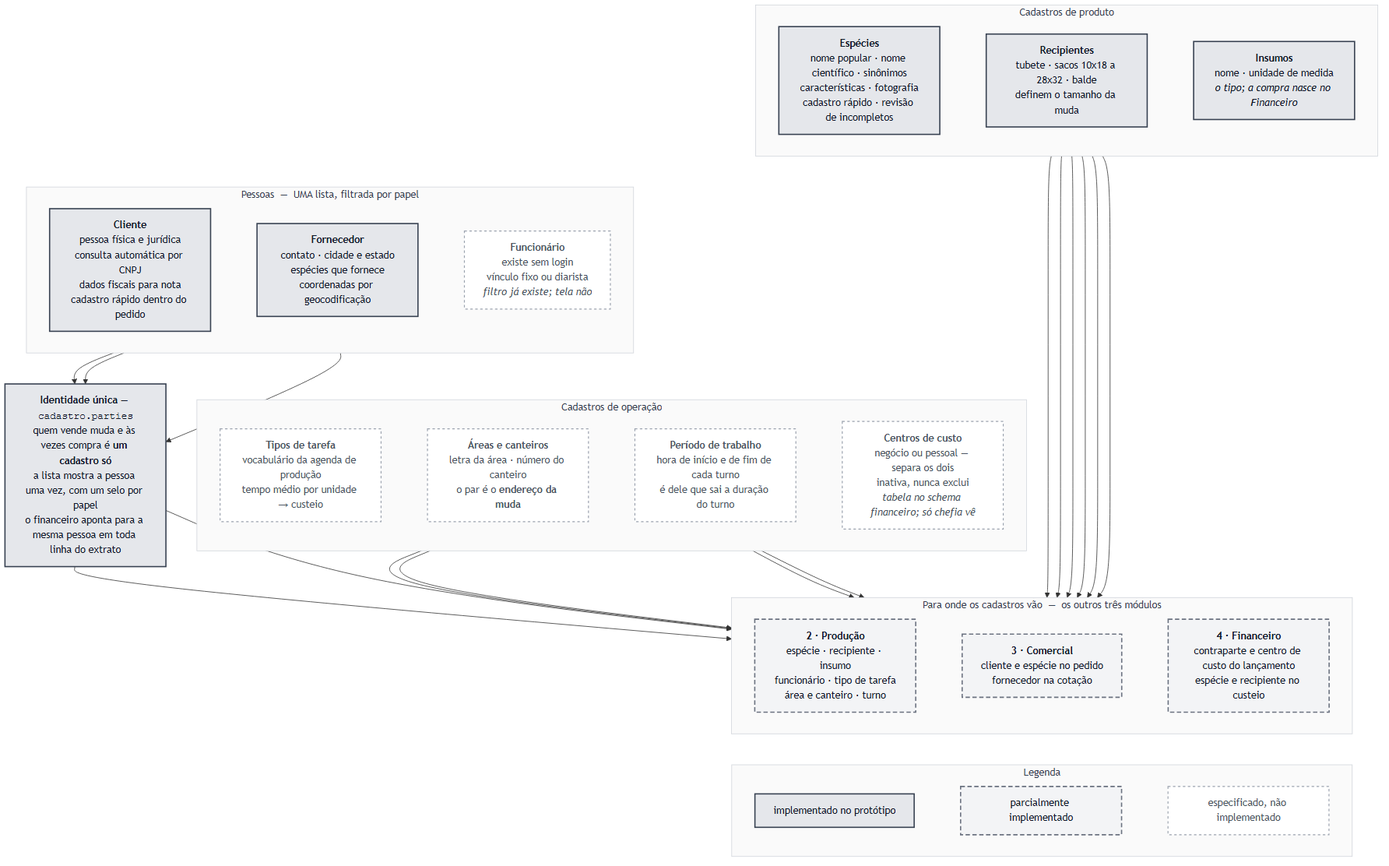
Above: docs/rotinas/img/mapa-1-cadastros.png in JoaoMudar/tcc (Mermaid), before the change. Its source is kept beside it as docs/rotinas/img/mapa-1-cadastros.mmd. Its diagram source:
```mermaid
flowchart TB
  subgraph PRODU["Cadastros de produto"]
    direction LR
    ESP["<b>Espécies</b><br/>nome popular · nome científico · sinônimos<br/>características · fotografia<br/>cadastro rápido · revisão de incompletos"]
    REC["<b>Recipientes</b><br/>tubete · sacos 10x18 a 28x32 · balde<br/>definem o tamanho da muda"]
    INS["<b>Insumos</b><br/>nome · unidade de medida<br/><i>o tipo; a compra nasce no Financeiro</i>"]
    ESP ~~~ REC ~~~ INS
  end

  subgraph PESSOAS["Pessoas &nbsp;&mdash;&nbsp; UMA lista, filtrada por papel"]
    direction LR
    CLI["<b>Cliente</b><br/>pessoa física e jurídica<br/>consulta automática por CNPJ<br/>dados fiscais para nota<br/>cadastro rápido dentro do pedido"]
    FOR["<b>Fornecedor</b><br/>contato · cidade e estado<br/>espécies que fornece<br/>coordenadas por geocodificação"]
    FUN["<b>Funcionário</b><br/>existe sem login<br/>vínculo fixo ou diarista<br/><i>filtro já existe; tela não</i>"]
    CLI ~~~ FOR ~~~ FUN
  end

  IDE["<b>Identidade única</b> &mdash; <code>cadastro.parties</code><br/>quem vende muda e às vezes compra é <b>um cadastro só</b><br/>a lista mostra a pessoa uma vez, com um selo por papel<br/>o financeiro aponta para a mesma pessoa em toda linha do extrato"]

  subgraph OPER["Cadastros de operação"]
    direction LR
    TIP["<b>Tipos de tarefa</b><br/>vocabulário da agenda de produção<br/>tempo médio por unidade &rarr; custeio"]
    ARE["<b>Áreas e canteiros</b><br/>letra da área · número do canteiro<br/>o par é o <b>endereço da muda</b>"]
    TUR["<b>Período de trabalho</b><br/>hora de início e de fim de cada turno<br/>é dele que sai a duração do turno"]
    CCU["<b>Centros de custo</b><br/>negócio ou pessoal &mdash; separa os dois<br/>inativa, nunca exclui<br/><i>tabela no schema financeiro; só chefia vê</i>"]
    TIP ~~~ ARE ~~~ TUR ~~~ CCU
  end

  subgraph CONS["Para onde os cadastros vão &nbsp;&mdash;&nbsp; os outros três módulos"]
    direction LR
    D2["<b>2 · Produção</b><br/>espécie · recipiente · insumo<br/>funcionário · tipo de tarefa<br/>área e canteiro · turno"]
    D3["<b>3 · Comercial</b><br/>cliente e espécie no pedido<br/>fornecedor na cotação"]
    D4["<b>4 · Financeiro</b><br/>contraparte e centro de custo do lançamento<br/>espécie e recipiente no custeio"]
    D2 ~~~ D3 ~~~ D4
  end

  INS ~~~ CLI
  FUN ~~~ TIP

  CLI --> IDE
  FOR --> IDE
  FUN --> IDE

  ESP --> D2
  REC --> D2
  INS --> D2
  TIP --> D2
  ARE --> D2
  TUR --> D2
  CCU --> D4
  ESP --> D3
  IDE --> D3
  ESP --> D4
  REC --> D4
  IDE --> D4

  subgraph LEG["Legenda"]
    direction LR
    L1["implementado no protótipo"]
    L2["parcialmente implementado"]
    L3["especificado, não implementado"]
    L1 ~~~ L2 ~~~ L3
  end
  CONS ~~~ LEG

  classDef ok fill:#dcfce7,stroke:#16a34a,stroke-width:2px,color:#111
  classDef meio fill:#fef3c7,stroke:#d97706,stroke-width:2px,color:#111
  classDef falta fill:#fee2e2,stroke:#dc2626,stroke-width:2px,color:#111
  classDef grupo fill:#f8fafc,stroke:#cbd5e1,stroke-width:1px,color:#334155
  classDef ator fill:#374151,stroke:#111827,stroke-width:2px,color:#f9fafb
  classDef decisao fill:#e2e8f0,stroke:#475569,stroke-width:2px,color:#111

  class ESP,REC,INS,CLI,FOR,IDE,L1 ok
  class D2,D3,D4,L2 meio
  class FUN,TIP,ARE,TUR,CCU,L3 falta
  class PRODU,PESSOAS,OPER,CONS,LEG grupo
```
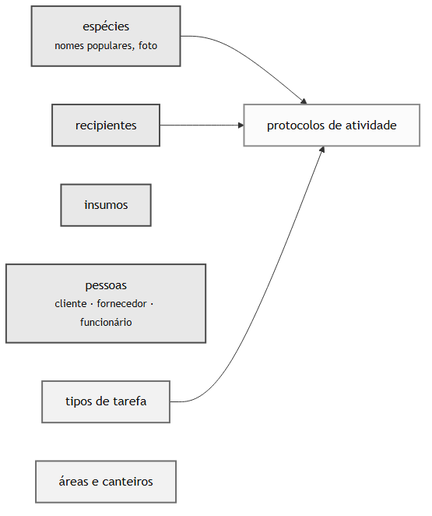
The same file after the commit.

Change to the diagram source:
```diff
@@ -1,76 +1,21 @@
-flowchart TB
-  subgraph PRODU["Cadastros de produto"]
-    direction LR
-    ESP["<b>Espécies</b><br/>nome popular · nome científico · sinônimos<br/>características · fotografia<br/>cadastro rápido · revisão de incompletos"]
-    REC["<b>Recipientes</b><br/>tubete · sacos 10x18 a 28x32 · balde<br/>definem o tamanho da muda"]
-    INS["<b>Insumos</b><br/>nome · unidade de medida<br/><i>o tipo; a compra nasce no Financeiro</i>"]
-    ESP ~~~ REC ~~~ INS
-  end
+flowchart LR
+  E["espécies<br/><small>nomes populares, foto</small>"]
+  R["recipientes"]
+  I["insumos"]
+  PE["pessoas<br/><small>cliente · fornecedor · funcionário</small>"]
+  TT["tipos de tarefa"]
+  AC["áreas e canteiros"]
+  PR["protocolos de atividade"]
 
-  subgraph PESSOAS["Pessoas &nbsp;&mdash;&nbsp; UMA lista, filtrada por papel"]
-    direction LR
-    CLI["<b>Cliente</b><br/>pessoa física e jurídica<br/>consulta automática por CNPJ<br/>dados fiscais para nota<br/>cadastro rápido dentro do pedido"]
-    FOR["<b>Fornecedor</b><br/>contato · cidade e estado<br/>espécies que fornece<br/>coordenadas por geocodificação"]
-    FUN["<b>Funcionário</b><br/>existe sem login<br/>vínculo fixo ou diarista<br/><i>filtro já existe; tela não</i>"]
-    CLI ~~~ FOR ~~~ FUN
-  end
-
-  IDE["<b>Identidade única</b> &mdash; <code>cadastro.parties</code><br/>quem vende muda e às vezes compra é <b>um cadastro só</b><br/>a lista mostra a pessoa uma vez, com um selo por papel<br/>o financeiro aponta para a mesma pessoa em toda linha do extrato"]
-
-  subgraph OPER["Cadastros de operação"]
-    direction LR
-    TIP["<b>Tipos de tarefa</b><br/>vocabulário da agenda de produção<br/>tempo médio por unidade &rarr; custeio"]
-    ARE["<b>Áreas e canteiros</b><br/>letra da área · número do canteiro<br/>o par é o <b>endereço da muda</b>"]
-    TUR["<b>Período de trabalho</b><br/>hora de início e de fim de cada turno<br/>é dele que sai a duração do turno"]
-    CCU["<b>Centros de custo</b><br/>negócio ou pessoal &mdash; separa os dois<br/>inativa, nunca exclui<br/><i>tabela no schema financeiro; só chefia vê</i>"]
-    TIP ~~~ ARE ~~~ TUR ~~~ CCU
-  end
-
-  subgraph CONS["Para onde os cadastros vão &nbsp;&mdash;&nbsp; os outros três módulos"]
-    direction LR
-    D2["<b>2 · Produção</b><br/>espécie · recipiente · insumo<br/>funcionário · tipo de tarefa<br/>área e canteiro · turno"]
-    D3["<b>3 · Comercial</b><br/>cliente e espécie no pedido<br/>fornecedor na cotação"]
-    D4["<b>4 · Financeiro</b><br/>contraparte e centro de custo do lançamento<br/>espécie e recipiente no custeio"]
-    D2 ~~~ D3 ~~~ D4
-  end
-
-  INS ~~~ CLI
-  FUN ~~~ TIP
-
-  CLI --> IDE
-  FOR --> IDE
-  FUN --> IDE
-
-  ESP --> D2
-  REC --> D2
-  INS --> D2
-  TIP --> D2
-  ARE --> D2
-  TUR --> D2
-  CCU --> D4
-  ESP --> D3
-  IDE --> D3
-  ESP --> D4
-  REC --> D4
-  IDE --> D4
-
-  subgraph LEG["Legenda"]
-    direction LR
-    L1["implementado no protótipo"]
-    L2["parcialmente implementado"]
-    L3["especificado, não implementado"]
-    L1 ~~~ L2 ~~~ L3
-  end
-  CONS ~~~ LEG
+  E --> PR
+  R --> PR
+  TT --> PR
 
   classDef ok fill:#dcfce7,stroke:#16a34a,stroke-width:2px,color:#111
   classDef meio fill:#fef3c7,stroke:#d97706,stroke-width:2px,color:#111
   classDef falta fill:#fee2e2,stroke:#dc2626,stroke-width:2px,color:#111
   classDef grupo fill:#f8fafc,stroke:#cbd5e1,stroke-width:1px,color:#334155
-  classDef ator fill:#374151,stroke:#111827,stroke-width:2px,color:#f9fafb
-  classDef decisao fill:#e2e8f0,stroke:#475569,stroke-width:2px,color:#111
 
-  class ESP,REC,INS,CLI,FOR,IDE,L1 ok
-  class D2,D3,D4,L2 meio
-  class FUN,TIP,ARE,TUR,CCU,L3 falta
-  class PRODU,PESSOAS,OPER,CONS,LEG grupo
+  class E,R,I,PE ok
+  class TT,AC meio
+  class PR falta
```
